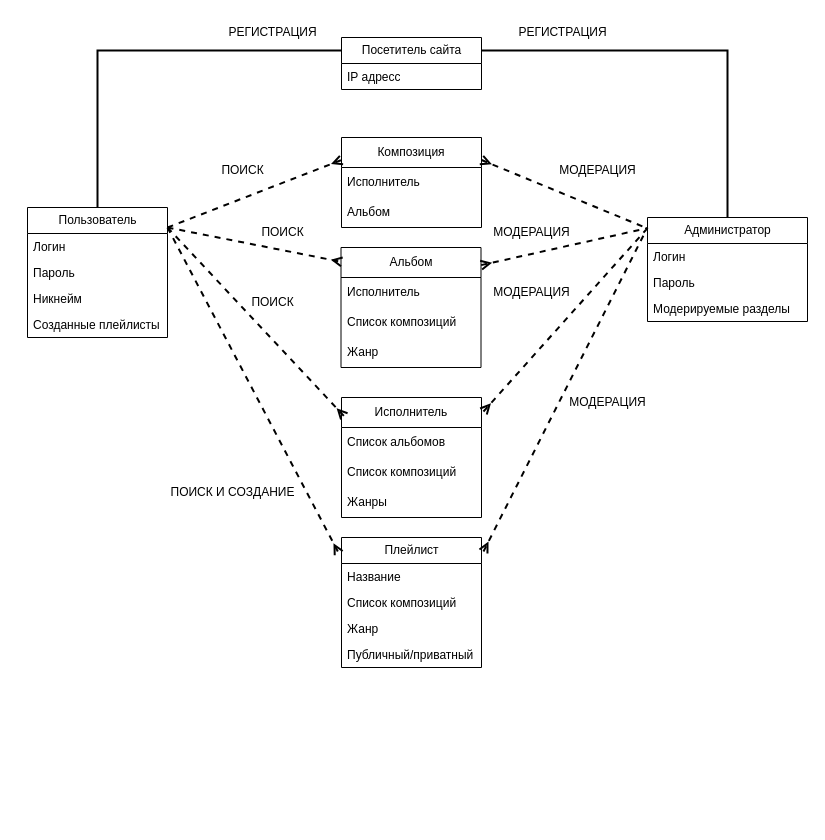
This is ER-diagram/ER-diagram.drawio from UmbrellaLeaf5/music_library_database, a draw.io file, before an edit. Source tidied: cells renumbered, new cells numbered last; positions are measured from the earlier drawing's top-left corner, leaving out a move shared by most shapes. Both pictures are drawn from the tidied source at 100%, with x=0, y=0 at pixel (27, 17).
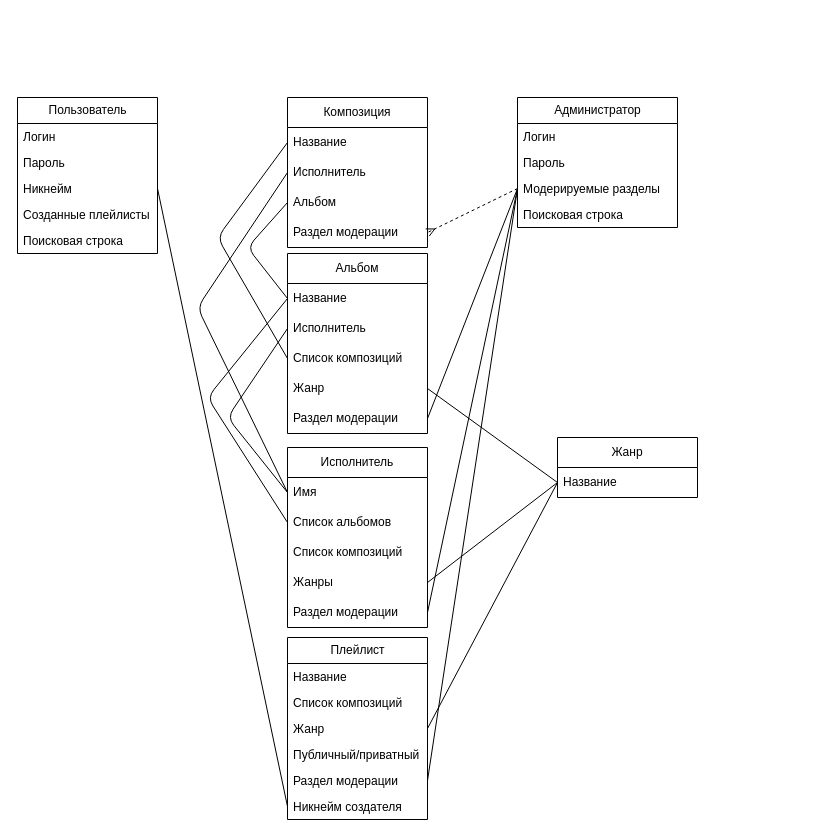
After the change.

Commit message (it also covers changes not shown here):
start creating better ER-diagram

Unchanged cells that the change refers to:
```xml
<mxCell id="7" value="Никнейм" style="text;strokeColor=none;fillColor=none;align=left;verticalAlign=top;spacingLeft=4;spacingRight=4;overflow=hidden;points=[[0,0.5],[1,0.5]];portConstraint=eastwest;whiteSpace=wrap;html=1;" parent="4" vertex="1">
  <mxGeometry y="78" width="140" height="26" as="geometry" />
</mxCell>
<mxCell id="12" value="Модерируемые разделы" style="text;strokeColor=none;fillColor=none;align=left;verticalAlign=top;spacingLeft=4;spacingRight=4;overflow=hidden;points=[[0,0.5],[1,0.5]];portConstraint=eastwest;whiteSpace=wrap;html=1;" parent="9" vertex="1">
  <mxGeometry y="78" width="160" height="26" as="geometry" />
</mxCell>
<mxCell id="18" value="Жанр" style="text;strokeColor=none;fillColor=none;align=left;verticalAlign=top;spacingLeft=4;spacingRight=4;overflow=hidden;points=[[0,0.5],[1,0.5]];portConstraint=eastwest;whiteSpace=wrap;html=1;" parent="15" vertex="1">
  <mxGeometry y="78" width="140" height="26" as="geometry" />
</mxCell>
```

What changed in the source:
```diff
@@
-    <mxCell id="2" value="Посетитель сайта" style="swimlane;fontStyle=0;horizontal=1;startSize=26;fillColor=none;html=1;" parent="1" vertex="1">
-      <mxGeometry x="314" y="20" width="140" height="52" as="geometry" />
-    </mxCell>
-    <mxCell id="3" value="IP адресс" style="text;strokeColor=none;fillColor=none;align=left;verticalAlign=top;spacingLeft=4;spacingRight=4;overflow=hidden;whiteSpace=wrap;html=1;" parent="2" vertex="1">
-      <mxGeometry y="26" width="140" height="26" as="geometry" />
-    </mxCell>
     <mxCell id="4" value="Пользователь" style="swimlane;fontStyle=0;horizontal=1;startSize=26;fillColor=none;html=1;" parent="1" vertex="1">
-      <mxGeometry y="190" width="140" height="130" as="geometry" />
+      <mxGeometry x="-10" y="80" width="140" height="156" as="geometry" />
     </mxCell>
@@
+    <mxCell id="49" value="Поисковая строка" style="text;strokeColor=none;fillColor=none;align=left;verticalAlign=top;spacingLeft=4;spacingRight=4;overflow=hidden;whiteSpace=wrap;html=1;" parent="4" vertex="1">
+      <mxGeometry y="130" width="140" height="26" as="geometry" />
+    </mxCell>
     <mxCell id="9" value="Администратор" style="swimlane;fontStyle=0;horizontal=1;startSize=26;fillColor=none;html=1;" parent="1" vertex="1">
-      <mxGeometry x="620" y="200" width="160" height="104" as="geometry" />
+      <mxGeometry x="490" y="80" width="160" height="130" as="geometry" />
     </mxCell>
@@
-    <mxCell id="13" value="РЕГИСТРАЦИЯ" style="text;html=1;align=center;verticalAlign=middle;strokeColor=none;fillColor=none;" parent="1" vertex="1">
-      <mxGeometry x="480" width="110" height="30" as="geometry" />
-    </mxCell>
-    <mxCell id="14" value="РЕГИСТРАЦИЯ" style="text;html=1;align=center;verticalAlign=middle;strokeColor=none;fillColor=none;" parent="1" vertex="1">
-      <mxGeometry x="190" width="110" height="30" as="geometry" />
-    </mxCell>
+    <mxCell id="50" value="Поисковая строка" style="text;strokeColor=none;fillColor=none;align=left;verticalAlign=top;spacingLeft=4;spacingRight=4;overflow=hidden;whiteSpace=wrap;html=1;" parent="9" vertex="1">
+      <mxGeometry y="104" width="160" height="26" as="geometry" />
+    </mxCell>
+    <mxCell id="22" value="Композиция" style="swimlane;fontStyle=0;horizontal=1;startSize=30;whiteSpace=wrap;html=1;" parent="1" vertex="1">
+      <mxGeometry x="260" y="80" width="140" height="150" as="geometry" />
+    </mxCell>
+    <mxCell id="51" value="Название" style="text;strokeColor=none;fillColor=none;align=left;verticalAlign=middle;spacingLeft=4;spacingRight=4;overflow=hidden;points=[[0,0.5],[1,0.5]];portConstraint=eastwest;whiteSpace=wrap;html=1;" parent="22" vertex="1">
+      <mxGeometry y="30" width="140" height="30" as="geometry" />
+    </mxCell>
+    <mxCell id="52" value="Исполнитель" style="text;strokeColor=none;fillColor=none;align=left;verticalAlign=middle;spacingLeft=4;spacingRight=4;overflow=hidden;points=[[0,0.5],[1,0.5]];portConstraint=eastwest;whiteSpace=wrap;html=1;" parent="22" vertex="1">
+      <mxGeometry y="60" width="140" height="30" as="geometry" />
+    </mxCell>
+    <mxCell id="24" value="Альбом" style="text;strokeColor=none;fillColor=none;align=left;verticalAlign=middle;spacingLeft=4;spacingRight=4;overflow=hidden;points=[[0,0.5],[1,0.5]];portConstraint=eastwest;whiteSpace=wrap;html=1;" parent="22" vertex="1">
+      <mxGeometry y="90" width="140" height="30" as="geometry" />
+    </mxCell>
+    <mxCell id="53" value="Раздел модерации" style="text;strokeColor=none;fillColor=none;align=left;verticalAlign=middle;spacingLeft=4;spacingRight=4;overflow=hidden;points=[[0,0.5],[1,0.5]];portConstraint=eastwest;whiteSpace=wrap;html=1;" parent="22" vertex="1">
+      <mxGeometry y="120" width="140" height="30" as="geometry" />
+    </mxCell>
+    <mxCell id="25" value="Альбом" style="swimlane;fontStyle=0;horizontal=1;startSize=30;whiteSpace=wrap;html=1;" parent="1" vertex="1">
+      <mxGeometry x="260" y="236" width="140" height="180" as="geometry" />
+    </mxCell>
+    <mxCell id="54" value="Название" style="text;strokeColor=none;fillColor=none;align=left;verticalAlign=middle;spacingLeft=4;spacingRight=4;overflow=hidden;points=[[0,0.5],[1,0.5]];portConstraint=eastwest;whiteSpace=wrap;html=1;" parent="25" vertex="1">
+      <mxGeometry y="30" width="140" height="30" as="geometry" />
+    </mxCell>
+    <mxCell id="55" value="Исполнитель" style="text;strokeColor=none;fillColor=none;align=left;verticalAlign=middle;spacingLeft=4;spacingRight=4;overflow=hidden;points=[[0,0.5],[1,0.5]];portConstraint=eastwest;whiteSpace=wrap;html=1;" parent="25" vertex="1">
+      <mxGeometry y="60" width="140" height="30" as="geometry" />
+    </mxCell>
+    <mxCell id="56" value="Список композиций" style="text;strokeColor=none;fillColor=none;align=left;verticalAlign=middle;spacingLeft=4;spacingRight=4;overflow=hidden;points=[[0,0.5],[1,0.5]];portConstraint=eastwest;whiteSpace=wrap;html=1;" parent="25" vertex="1">
+      <mxGeometry y="90" width="140" height="30" as="geometry" />
+    </mxCell>
+    <mxCell id="28" value="Жанр" style="text;strokeColor=none;fillColor=none;align=left;verticalAlign=middle;spacingLeft=4;spacingRight=4;overflow=hidden;points=[[0,0.5],[1,0.5]];portConstraint=eastwest;whiteSpace=wrap;html=1;" parent="25" vertex="1">
+      <mxGeometry y="120" width="140" height="30" as="geometry" />
+    </mxCell>
+    <mxCell id="57" value="Раздел модерации" style="text;strokeColor=none;fillColor=none;align=left;verticalAlign=middle;spacingLeft=4;spacingRight=4;overflow=hidden;points=[[0,0.5],[1,0.5]];portConstraint=eastwest;whiteSpace=wrap;html=1;" parent="25" vertex="1">
+      <mxGeometry y="150" width="140" height="30" as="geometry" />
+    </mxCell>
+    <mxCell id="29" value="Исполнитель" style="swimlane;fontStyle=0;horizontal=1;startSize=30;whiteSpace=wrap;html=1;" parent="1" vertex="1">
+      <mxGeometry x="260" y="430" width="140" height="180" as="geometry" />
+    </mxCell>
+    <mxCell id="58" value="Имя" style="text;strokeColor=none;fillColor=none;align=left;verticalAlign=middle;spacingLeft=4;spacingRight=4;overflow=hidden;points=[[0,0.5],[1,0.5]];portConstraint=eastwest;whiteSpace=wrap;html=1;" parent="29" vertex="1">
+      <mxGeometry y="30" width="140" height="30" as="geometry" />
+    </mxCell>
+    <mxCell id="30" value="Список альбомов" style="text;strokeColor=none;fillColor=none;align=left;verticalAlign=middle;spacingLeft=4;spacingRight=4;overflow=hidden;points=[[0,0.5],[1,0.5]];portConstraint=eastwest;whiteSpace=wrap;html=1;" parent="29" vertex="1">
+      <mxGeometry y="60" width="140" height="30" as="geometry" />
+    </mxCell>
+    <mxCell id="59" value="Список композиций" style="text;strokeColor=none;fillColor=none;align=left;verticalAlign=middle;spacingLeft=4;spacingRight=4;overflow=hidden;whiteSpace=wrap;html=1;" parent="29" vertex="1">
+      <mxGeometry y="90" width="140" height="30" as="geometry" />
+    </mxCell>
+    <mxCell id="32" value="Жанры" style="text;strokeColor=none;fillColor=none;align=left;verticalAlign=middle;spacingLeft=4;spacingRight=4;overflow=hidden;points=[[0,0.5],[1,0.5]];portConstraint=eastwest;whiteSpace=wrap;html=1;" parent="29" vertex="1">
+      <mxGeometry y="120" width="140" height="30" as="geometry" />
+    </mxCell>
+    <mxCell id="60" value="Раздел модерации" style="text;strokeColor=none;fillColor=none;align=left;verticalAlign=middle;spacingLeft=4;spacingRight=4;overflow=hidden;points=[[0,0.5],[1,0.5]];portConstraint=eastwest;whiteSpace=wrap;html=1;" parent="29" vertex="1">
+      <mxGeometry y="150" width="140" height="30" as="geometry" />
+    </mxCell>
     <mxCell id="15" value="Плейлист" style="swimlane;fontStyle=0;horizontal=1;startSize=26;fillColor=none;html=1;" parent="1" vertex="1">
-      <mxGeometry x="314" y="520" width="140" height="130" as="geometry" />
+      <mxGeometry x="260" y="620" width="140" height="182" as="geometry" />
     </mxCell>
@@
-    <mxCell id="20" style="endArrow=none;html=1;strokeWidth=2;rounded=0;entryX=0;entryY=0.25;entryDx=0;entryDy=0;exitX=0.5;exitY=0;exitDx=0;exitDy=0;startArrow=none;startFill=0;" parent="1" edge="1" source="4" target="2">
-      <mxGeometry relative="1" as="geometry">
-        <Array as="points">
-          <mxPoint x="70" y="33" />
-          <mxPoint x="240" y="33" />
-        </Array>
-      </mxGeometry>
-    </mxCell>
-    <mxCell id="21" style="endArrow=none;html=1;strokeWidth=2;rounded=0;entryX=1;entryY=0.25;entryDx=0;entryDy=0;exitX=0.5;exitY=0;exitDx=0;exitDy=0;startArrow=none;startFill=0;" parent="1" edge="1" source="9" target="2">
-      <mxGeometry relative="1" as="geometry">
-        <Array as="points">
-          <mxPoint x="700" y="33" />
-          <mxPoint x="570" y="33" />
-        </Array>
-      </mxGeometry>
-    </mxCell>
-    <mxCell id="22" value="Композиция" style="swimlane;fontStyle=0;horizontal=1;startSize=30;whiteSpace=wrap;html=1;" parent="1" vertex="1">
-      <mxGeometry x="314" y="120" width="140" height="90" as="geometry" />
-    </mxCell>
-    <mxCell id="23" value="Исполнитель" style="text;strokeColor=none;fillColor=none;align=left;verticalAlign=middle;spacingLeft=4;spacingRight=4;overflow=hidden;whiteSpace=wrap;html=1;" parent="22" vertex="1">
-      <mxGeometry y="30" width="140" height="30" as="geometry" />
-    </mxCell>
-    <mxCell id="24" value="Альбом" style="text;strokeColor=none;fillColor=none;align=left;verticalAlign=middle;spacingLeft=4;spacingRight=4;overflow=hidden;points=[[0,0.5],[1,0.5]];portConstraint=eastwest;whiteSpace=wrap;html=1;" parent="22" vertex="1">
-      <mxGeometry y="60" width="140" height="30" as="geometry" />
-    </mxCell>
-    <mxCell id="25" value="Альбом" style="swimlane;fontStyle=0;horizontal=1;startSize=30;whiteSpace=wrap;html=1;" parent="1" vertex="1">
-      <mxGeometry x="313.5" y="230" width="140" height="120" as="geometry" />
-    </mxCell>
-    <mxCell id="26" value="Исполнитель" style="text;strokeColor=none;fillColor=none;align=left;verticalAlign=middle;spacingLeft=4;spacingRight=4;overflow=hidden;whiteSpace=wrap;html=1;" parent="25" vertex="1">
-      <mxGeometry y="30" width="140" height="30" as="geometry" />
-    </mxCell>
-    <mxCell id="27" value="Список композиций" style="text;strokeColor=none;fillColor=none;align=left;verticalAlign=middle;spacingLeft=4;spacingRight=4;overflow=hidden;whiteSpace=wrap;html=1;" parent="25" vertex="1">
-      <mxGeometry y="60" width="140" height="30" as="geometry" />
-    </mxCell>
-    <mxCell id="28" value="Жанр" style="text;strokeColor=none;fillColor=none;align=left;verticalAlign=middle;spacingLeft=4;spacingRight=4;overflow=hidden;points=[[0,0.5],[1,0.5]];portConstraint=eastwest;whiteSpace=wrap;html=1;" parent="25" vertex="1">
-      <mxGeometry y="90" width="140" height="30" as="geometry" />
-    </mxCell>
-    <mxCell id="29" value="Исполнитель" style="swimlane;fontStyle=0;horizontal=1;startSize=30;whiteSpace=wrap;html=1;" parent="1" vertex="1">
-      <mxGeometry x="314" y="380" width="140" height="120" as="geometry" />
-    </mxCell>
-    <mxCell id="30" value="Список альбомов" style="text;strokeColor=none;fillColor=none;align=left;verticalAlign=middle;spacingLeft=4;spacingRight=4;overflow=hidden;points=[[0,0.5],[1,0.5]];portConstraint=eastwest;whiteSpace=wrap;html=1;" parent="29" vertex="1">
-      <mxGeometry y="30" width="140" height="30" as="geometry" />
-    </mxCell>
-    <mxCell id="31" value="Список композиций" style="text;strokeColor=none;fillColor=none;align=left;verticalAlign=middle;spacingLeft=4;spacingRight=4;overflow=hidden;whiteSpace=wrap;html=1;" parent="29" vertex="1">
-      <mxGeometry y="60" width="140" height="30" as="geometry" />
-    </mxCell>
-    <mxCell id="32" value="Жанры" style="text;strokeColor=none;fillColor=none;align=left;verticalAlign=middle;spacingLeft=4;spacingRight=4;overflow=hidden;points=[[0,0.5],[1,0.5]];portConstraint=eastwest;whiteSpace=wrap;html=1;" parent="29" vertex="1">
-      <mxGeometry y="90" width="140" height="30" as="geometry" />
-    </mxCell>
-    <mxCell id="33" style="endArrow=ERmany;dashed=1;html=1;rounded=0;entryX=0;entryY=0.25;entryDx=0;entryDy=0;strokeWidth=2;endFill=0;" parent="1" edge="1" target="22">
-      <mxGeometry relative="1" as="geometry">
-        <mxPoint x="140" y="210" as="sourcePoint" />
-      </mxGeometry>
-    </mxCell>
-    <mxCell id="34" style="endArrow=ERmany;dashed=1;html=1;rounded=0;entryX=0.006;entryY=0.12;entryDx=0;entryDy=0;entryPerimeter=0;strokeWidth=2;endFill=0;" parent="1" edge="1" target="25">
-      <mxGeometry relative="1" as="geometry">
-        <mxPoint x="140" y="210" as="sourcePoint" />
-      </mxGeometry>
-    </mxCell>
-    <mxCell id="35" style="endArrow=ERmany;dashed=1;html=1;rounded=0;entryX=0.02;entryY=0.157;entryDx=0;entryDy=0;entryPerimeter=0;strokeWidth=2;endFill=0;" parent="1" edge="1" target="29">
-      <mxGeometry relative="1" as="geometry">
-        <mxPoint x="140" y="210" as="sourcePoint" />
-      </mxGeometry>
-    </mxCell>
-    <mxCell id="36" style="endArrow=ERmany;dashed=1;html=1;rounded=0;entryX=-0.02;entryY=0.12;entryDx=0;entryDy=0;entryPerimeter=0;strokeWidth=2;startArrow=none;startFill=0;endFill=0;" parent="1" edge="1" target="15">
-      <mxGeometry relative="1" as="geometry">
-        <mxPoint x="140" y="210" as="sourcePoint" />
-      </mxGeometry>
-    </mxCell>
-    <mxCell id="37" style="endArrow=none;dashed=1;html=1;rounded=0;exitX=1;exitY=0.25;exitDx=0;exitDy=0;entryX=-0.005;entryY=0.102;entryDx=0;entryDy=0;entryPerimeter=0;strokeWidth=2;startArrow=ERmany;startFill=0;" parent="1" edge="1" source="22" target="9">
-      <mxGeometry relative="1" as="geometry" />
-    </mxCell>
-    <mxCell id="38" style="endArrow=none;dashed=1;html=1;rounded=0;exitX=1.001;exitY=0.147;exitDx=0;exitDy=0;exitPerimeter=0;entryX=0;entryY=0.102;entryDx=0;entryDy=0;entryPerimeter=0;strokeWidth=2;startArrow=ERmany;startFill=0;" parent="1" edge="1" source="25" target="9">
-      <mxGeometry relative="1" as="geometry" />
-    </mxCell>
-    <mxCell id="39" style="endArrow=none;dashed=1;html=1;rounded=0;exitX=1.014;exitY=0.117;exitDx=0;exitDy=0;exitPerimeter=0;entryX=-0.01;entryY=0.12;entryDx=0;entryDy=0;entryPerimeter=0;strokeWidth=2;startArrow=ERmany;startFill=0;" parent="1" edge="1" source="29" target="9">
-      <mxGeometry relative="1" as="geometry" />
-    </mxCell>
-    <mxCell id="40" style="endArrow=none;dashed=1;html=1;rounded=0;exitX=1.014;exitY=0.108;exitDx=0;exitDy=0;exitPerimeter=0;strokeWidth=2;startArrow=ERmany;startFill=0;" parent="1" edge="1" source="15">
-      <mxGeometry relative="1" as="geometry">
-        <mxPoint x="620" y="210" as="targetPoint" />
-      </mxGeometry>
-    </mxCell>
-    <mxCell id="41" value="МОДЕРАЦИЯ" style="text;html=1;align=center;verticalAlign=middle;strokeColor=none;fillColor=none;" parent="1" vertex="1">
-      <mxGeometry x="520" y="138" width="100" height="30" as="geometry" />
-    </mxCell>
-    <mxCell id="42" value="МОДЕРАЦИЯ" style="text;html=1;align=center;verticalAlign=middle;strokeColor=none;fillColor=none;" parent="1" vertex="1">
-      <mxGeometry x="454" y="200" width="100" height="30" as="geometry" />
-    </mxCell>
-    <mxCell id="43" value="МОДЕРАЦИЯ" style="text;html=1;align=center;verticalAlign=middle;strokeColor=none;fillColor=none;" parent="1" vertex="1">
-      <mxGeometry x="453.5" y="260" width="100" height="30" as="geometry" />
-    </mxCell>
-    <mxCell id="44" value="МОДЕРАЦИЯ" style="text;html=1;align=center;verticalAlign=middle;strokeColor=none;fillColor=none;" parent="1" vertex="1">
-      <mxGeometry x="530" y="370" width="100" height="30" as="geometry" />
-    </mxCell>
-    <mxCell id="45" value="ПОИСК" style="text;html=1;align=center;verticalAlign=middle;strokeColor=none;fillColor=none;" parent="1" vertex="1">
-      <mxGeometry x="180" y="138" width="70" height="30" as="geometry" />
-    </mxCell>
-    <mxCell id="46" value="ПОИСК" style="text;html=1;align=center;verticalAlign=middle;strokeColor=none;fillColor=none;" parent="1" vertex="1">
-      <mxGeometry x="210" y="270" width="70" height="30" as="geometry" />
-    </mxCell>
-    <mxCell id="47" value="ПОИСК" style="text;html=1;align=center;verticalAlign=middle;strokeColor=none;fillColor=none;" parent="1" vertex="1">
-      <mxGeometry x="220" y="200" width="70" height="30" as="geometry" />
-    </mxCell>
-    <mxCell id="48" value="ПОИСК И СОЗДАНИЕ" style="text;html=1;align=center;verticalAlign=middle;strokeColor=none;fillColor=none;" parent="1" vertex="1">
-      <mxGeometry x="130" y="460" width="150" height="30" as="geometry" />
-    </mxCell>
+    <mxCell id="61" value="Раздел модерации" style="text;strokeColor=none;fillColor=none;align=left;verticalAlign=top;spacingLeft=4;spacingRight=4;overflow=hidden;points=[[0,0.5],[1,0.5]];portConstraint=eastwest;whiteSpace=wrap;html=1;" parent="15" vertex="1">
+      <mxGeometry y="130" width="140" height="26" as="geometry" />
+    </mxCell>
+    <mxCell id="62" value="Никнейм создателя" style="text;strokeColor=none;fillColor=none;align=left;verticalAlign=top;spacingLeft=4;spacingRight=4;overflow=hidden;points=[[0,0.5],[1,0.5]];portConstraint=eastwest;whiteSpace=wrap;html=1;" parent="15" vertex="1">
+      <mxGeometry y="156" width="140" height="26" as="geometry" />
+    </mxCell>
+    <mxCell id="63" style="edgeStyle=none;html=1;exitX=1;exitY=0.5;exitDx=0;exitDy=0;entryX=0;entryY=0.5;entryDx=0;entryDy=0;endArrow=none;endFill=0;" parent="1" edge="1" source="7" target="62">
+      <mxGeometry relative="1" as="geometry" />
+    </mxCell>
+    <mxCell id="64" style="edgeStyle=none;html=1;exitX=0;exitY=0.5;exitDx=0;exitDy=0;entryX=1;entryY=0.5;entryDx=0;entryDy=0;endArrow=ERmany;endFill=0;dashed=1;startArrow=none;startFill=0;" parent="1" edge="1" source="12" target="53">
+      <mxGeometry relative="1" as="geometry" />
+    </mxCell>
+    <mxCell id="65" style="edgeStyle=none;html=1;exitX=0;exitY=0.5;exitDx=0;exitDy=0;entryX=1;entryY=0.5;entryDx=0;entryDy=0;endArrow=none;endFill=0;" parent="1" edge="1" source="12" target="57">
+      <mxGeometry relative="1" as="geometry" />
+    </mxCell>
+    <mxCell id="66" style="edgeStyle=none;html=1;exitX=0;exitY=0.5;exitDx=0;exitDy=0;entryX=1;entryY=0.5;entryDx=0;entryDy=0;endArrow=none;endFill=0;" parent="1" edge="1" source="12" target="60">
+      <mxGeometry relative="1" as="geometry" />
+    </mxCell>
+    <mxCell id="67" style="edgeStyle=none;html=1;exitX=0;exitY=0.5;exitDx=0;exitDy=0;entryX=1;entryY=0.5;entryDx=0;entryDy=0;endArrow=none;endFill=0;" parent="1" edge="1" source="12" target="61">
+      <mxGeometry relative="1" as="geometry" />
+    </mxCell>
+    <mxCell id="68" style="edgeStyle=none;html=1;exitX=0;exitY=0.5;exitDx=0;exitDy=0;entryX=0;entryY=0.5;entryDx=0;entryDy=0;endArrow=none;endFill=0;" parent="1" edge="1" source="24" target="54">
+      <mxGeometry relative="1" as="geometry">
+        <Array as="points">
+          <mxPoint x="220" y="230" />
+        </Array>
+      </mxGeometry>
+    </mxCell>
+    <mxCell id="69" style="edgeStyle=none;html=1;exitX=0;exitY=0.5;exitDx=0;exitDy=0;entryX=0;entryY=0.5;entryDx=0;entryDy=0;endArrow=none;endFill=0;" parent="1" edge="1" source="52" target="58">
+      <mxGeometry relative="1" as="geometry">
+        <Array as="points">
+          <mxPoint x="170" y="290" />
+        </Array>
+      </mxGeometry>
+    </mxCell>
+    <mxCell id="70" style="edgeStyle=none;html=1;exitX=0;exitY=0.5;exitDx=0;exitDy=0;entryX=0;entryY=0.5;entryDx=0;entryDy=0;endArrow=none;endFill=0;" parent="1" edge="1" source="51" target="56">
+      <mxGeometry relative="1" as="geometry">
+        <Array as="points">
+          <mxPoint x="190" y="220" />
+        </Array>
+      </mxGeometry>
+    </mxCell>
+    <mxCell id="71" style="edgeStyle=none;html=1;exitX=0;exitY=0.5;exitDx=0;exitDy=0;entryX=0;entryY=0.5;entryDx=0;entryDy=0;endArrow=none;endFill=0;" parent="1" edge="1" source="55" target="58">
+      <mxGeometry relative="1" as="geometry">
+        <Array as="points">
+          <mxPoint x="200" y="400" />
+        </Array>
+      </mxGeometry>
+    </mxCell>
+    <mxCell id="72" style="edgeStyle=none;html=1;exitX=0;exitY=0.5;exitDx=0;exitDy=0;entryX=0;entryY=0.5;entryDx=0;entryDy=0;endArrow=none;endFill=0;" parent="1" edge="1" source="30" target="54">
+      <mxGeometry relative="1" as="geometry">
+        <Array as="points">
+          <mxPoint x="180" y="380" />
+        </Array>
+      </mxGeometry>
+    </mxCell>
+    <mxCell id="73" value="Жанр" style="swimlane;fontStyle=0;horizontal=1;startSize=30;whiteSpace=wrap;html=1;" parent="1" vertex="1">
+      <mxGeometry x="530" y="420" width="140" height="60" as="geometry" />
+    </mxCell>
+    <mxCell id="74" value="Название" style="text;strokeColor=none;fillColor=none;align=left;verticalAlign=middle;spacingLeft=4;spacingRight=4;overflow=hidden;points=[[0,0.5],[1,0.5]];portConstraint=eastwest;whiteSpace=wrap;html=1;" parent="73" vertex="1">
+      <mxGeometry y="30" width="140" height="30" as="geometry" />
+    </mxCell>
+    <mxCell id="75" style="edgeStyle=none;html=1;exitX=1;exitY=0.5;exitDx=0;exitDy=0;entryX=0;entryY=0.5;entryDx=0;entryDy=0;endArrow=none;endFill=0;" parent="1" edge="1" source="32" target="74">
+      <mxGeometry relative="1" as="geometry" />
+    </mxCell>
+    <mxCell id="76" style="edgeStyle=none;html=1;exitX=1;exitY=0.5;exitDx=0;exitDy=0;entryX=0;entryY=0.5;entryDx=0;entryDy=0;endArrow=none;endFill=0;" parent="1" edge="1" source="18" target="74">
+      <mxGeometry relative="1" as="geometry" />
+    </mxCell>
+    <mxCell id="77" style="edgeStyle=none;html=1;exitX=1;exitY=0.5;exitDx=0;exitDy=0;entryX=0;entryY=0.5;entryDx=0;entryDy=0;endArrow=none;endFill=0;" parent="1" edge="1" source="28" target="74">
+      <mxGeometry relative="1" as="geometry" />
+    </mxCell>
```
